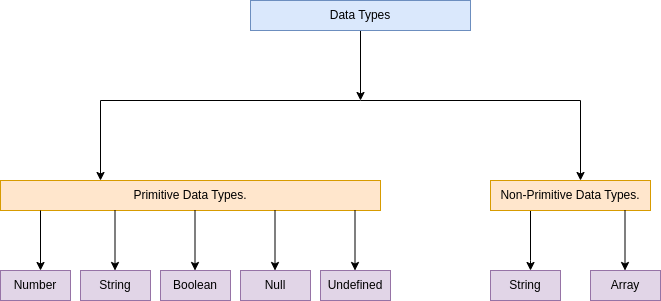
cnu115/Javascript-Training keeps this draw.io diagram as data types.drawio.png. Above is the earlier version. Source tidied: cells renumbered, new cells last; positions are measured from the earlier drawing's top-left corner, leaving out a move shared by most shapes.
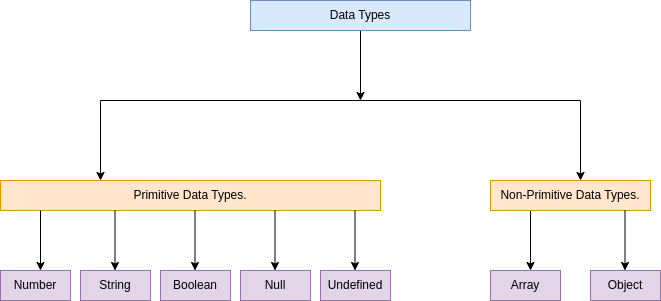
After the change.

The edit, as a diff of the source:
```diff
@@ -90,10 +90,10 @@
         <mxPoint x="354.5" y="270" as="targetPoint" />
       </mxGeometry>
     </mxCell>
-    <mxCell id="20" value="String" style="rounded=0;whiteSpace=wrap;html=1;fillColor=#e1d5e7;strokeColor=#9673a6;" parent="1" vertex="1">
+    <mxCell id="20" value="Array" style="rounded=0;whiteSpace=wrap;html=1;fillColor=#e1d5e7;strokeColor=#9673a6;" parent="1" vertex="1">
       <mxGeometry x="490" y="270" width="70" height="30" as="geometry" />
     </mxCell>
-    <mxCell id="21" value="Array" style="rounded=0;whiteSpace=wrap;html=1;fillColor=#e1d5e7;strokeColor=#9673a6;" parent="1" vertex="1">
+    <mxCell id="21" value="Object" style="rounded=0;whiteSpace=wrap;html=1;fillColor=#e1d5e7;strokeColor=#9673a6;" parent="1" vertex="1">
       <mxGeometry x="590" y="270" width="70" height="30" as="geometry" />
     </mxCell>
     <mxCell id="22" style="endArrow=classic;html=1;rounded=0;" parent="1" edge="1">
```
